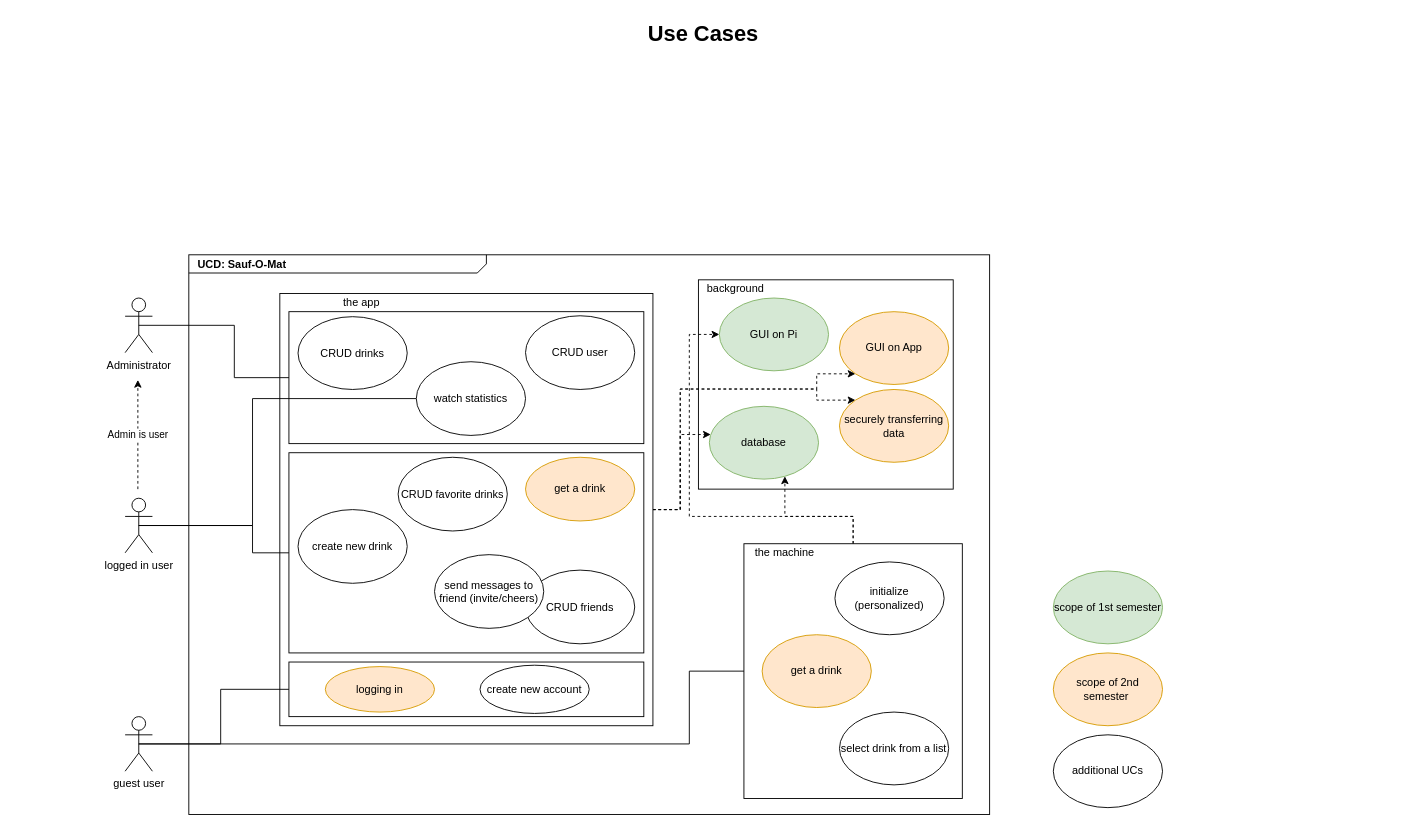
Before: UseCaseDiagram.drawio in TheLordXII/OneTouch, a draw.io diagram. Source tidied: cells renumbered, new cells numbered last; positions are measured from the earlier drawing's top-left corner, leaving out a move shared by most shapes. Both pictures are drawn from the tidied source at 91%, with x=0, y=0 at pixel (15, 15).
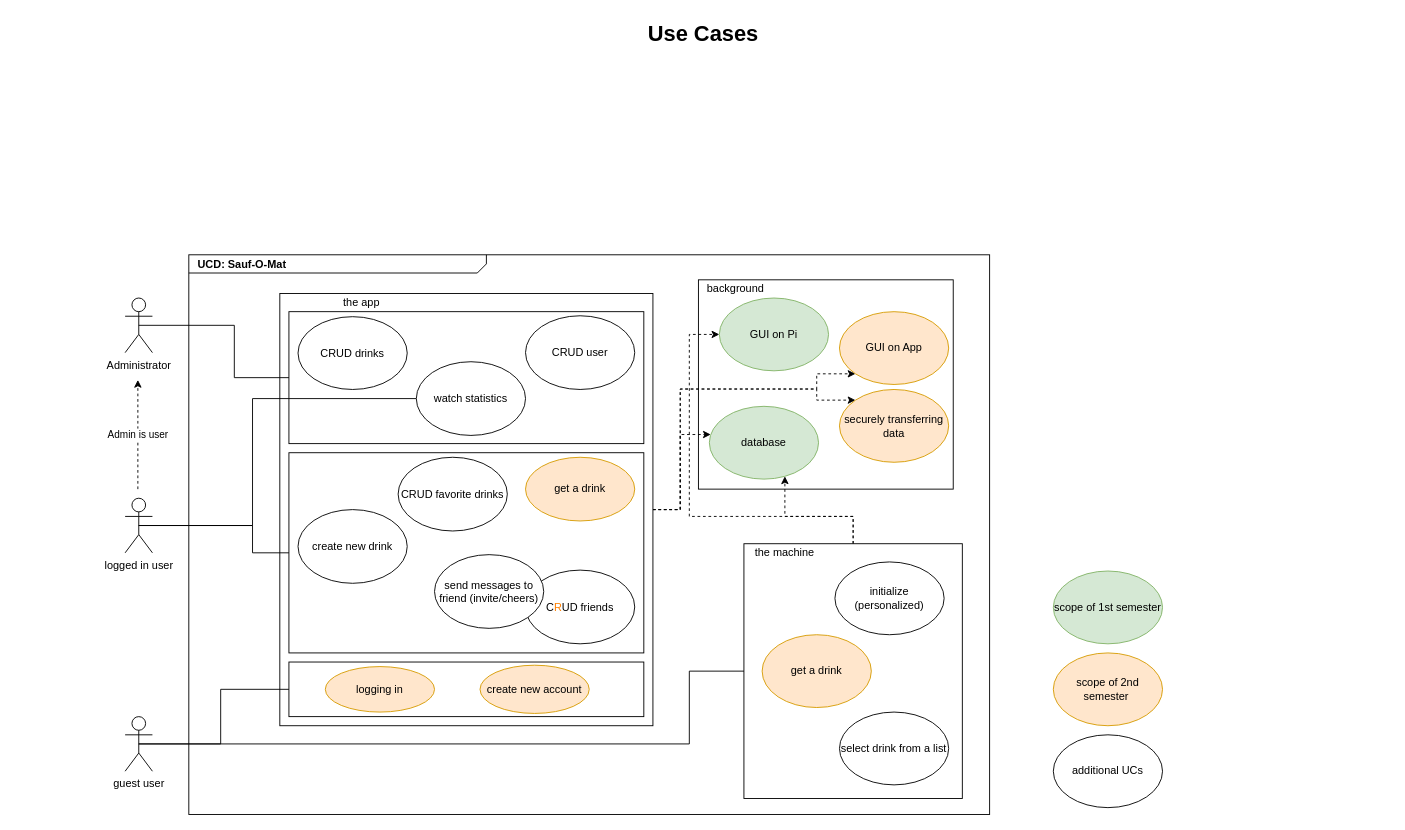
Above is the later version.

Change to the diagram source:
```diff
@@
-    <mxCell id="36" value="CRUD friends" style="ellipse;whiteSpace=wrap;html=1;" parent="1" vertex="1">
+    <mxCell id="36" value="C&lt;font color=&quot;#ff8000&quot;&gt;R&lt;/font&gt;UD friends" style="ellipse;whiteSpace=wrap;html=1;" parent="1" vertex="1">
       <mxGeometry x="560" y="609" width="120" height="81" as="geometry" />
     </mxCell>
@@
-    <mxCell id="38" value="create new account" style="ellipse;whiteSpace=wrap;html=1;" parent="1" vertex="1">
+    <mxCell id="38" value="create new account" style="ellipse;whiteSpace=wrap;html=1;fillColor=#ffe6cc;strokeColor=#d79b00;" parent="1" vertex="1">
       <mxGeometry x="510" y="713.5" width="120" height="53" as="geometry" />
     </mxCell>
```
